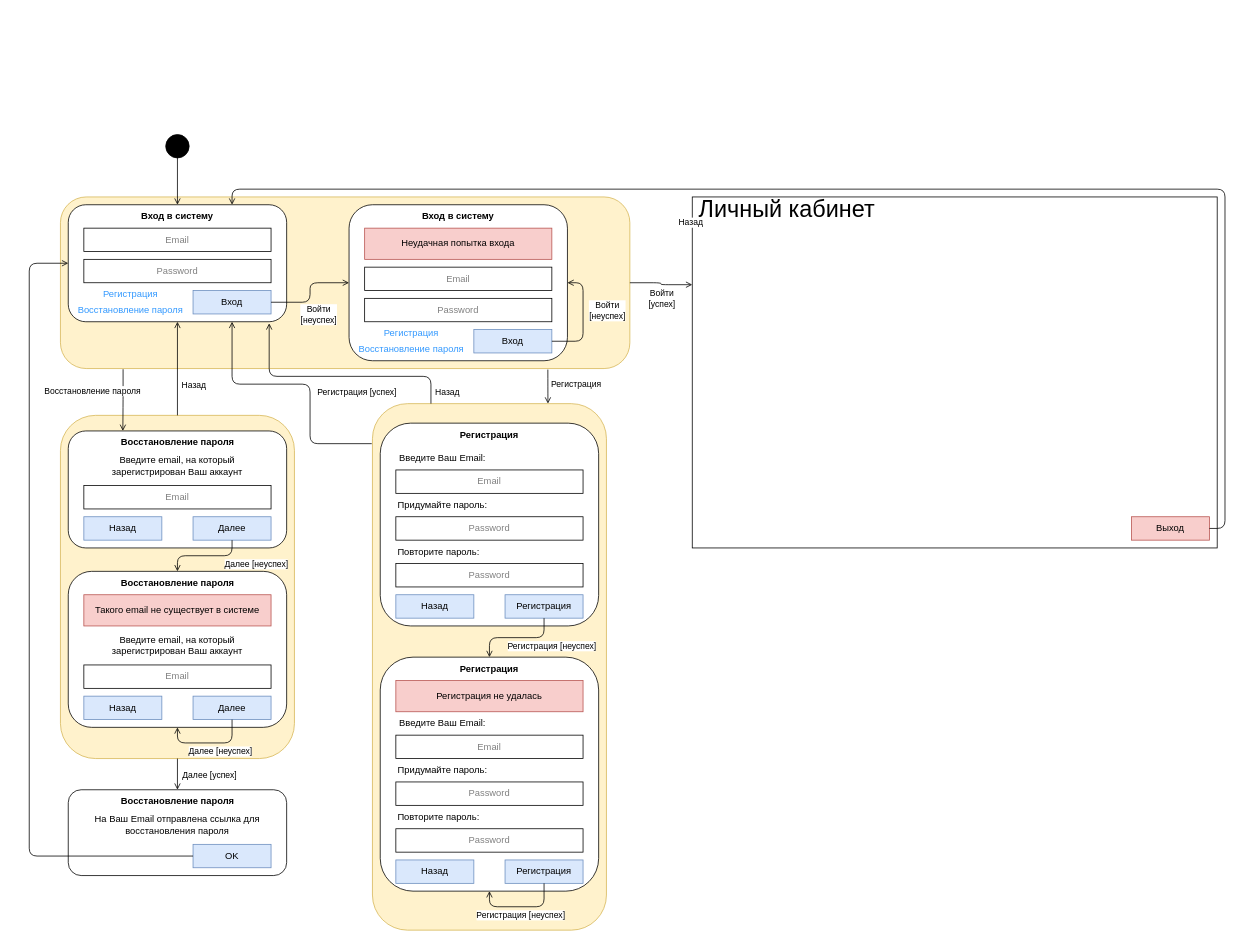
The draw.io diagram raw/gui.drawio in aVorotnikov/micro_design, before the edit. Source tidied: cells renumbered, new cells numbered last; positions are measured from the earlier drawing's top-left corner, leaving out a move shared by most shapes. Both pictures are drawn from the tidied source at 78%, with x=0, y=0 at pixel (29, 134).
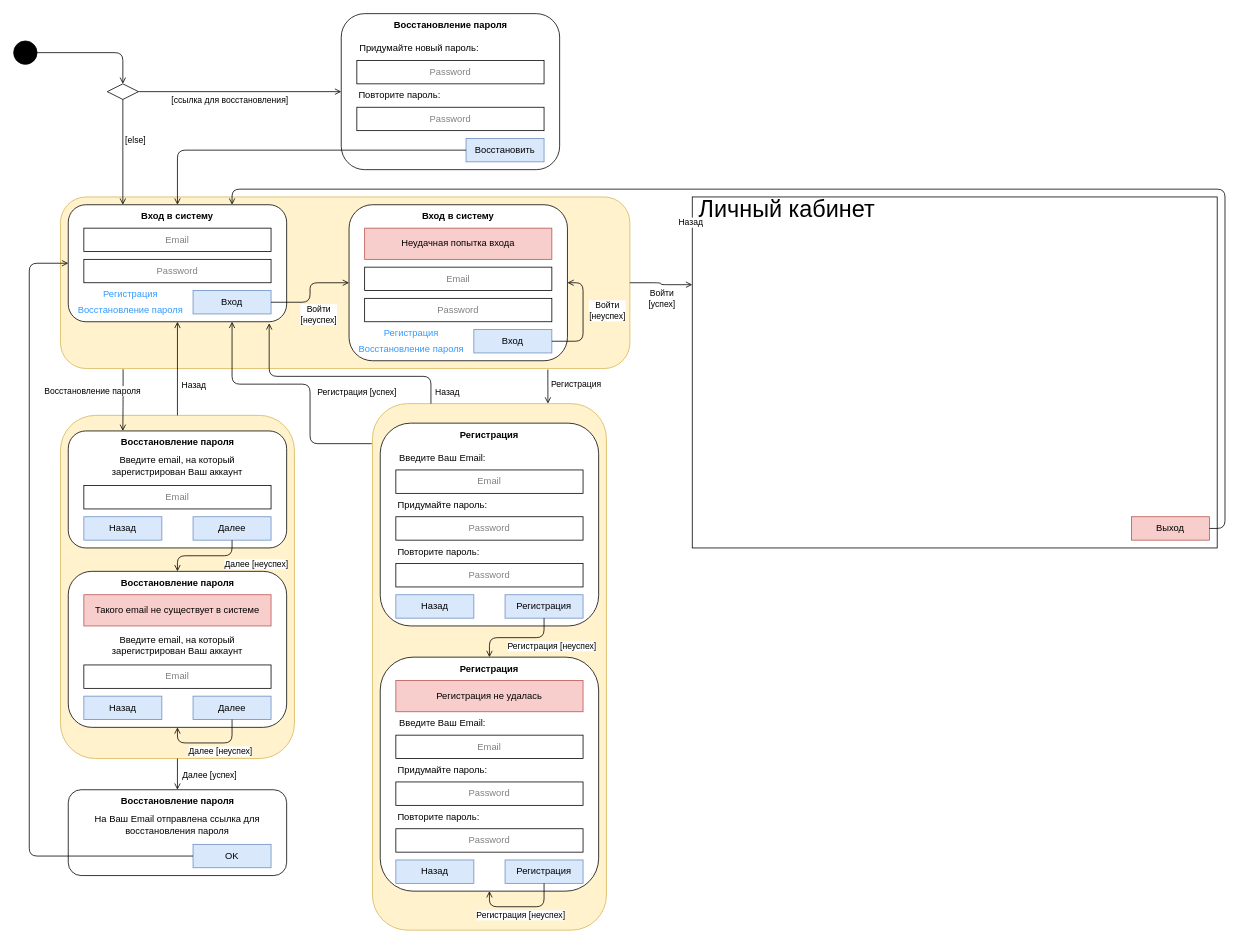
Above is the later version.

Commit message (it also covers changes not shown here):
Добавлен сценария восстановления пароля

Unchanged cells that the change refers to:
```xml
<mxCell id="5" style="rounded=1;whiteSpace=wrap;html=1;" parent="1" vertex="1">
  <mxGeometry x="50" y="90" width="280" height="150" as="geometry" />
</mxCell>
<mxCell id="6" value="&lt;b&gt;Вход в систему&lt;/b&gt;" style="text;html=1;strokeColor=none;fillColor=none;align=center;verticalAlign=middle;whiteSpace=wrap;rounded=0;" parent="1" vertex="1">
  <mxGeometry x="135" y="90" width="110" height="30" as="geometry" />
</mxCell>
```

Change to the diagram source:
```diff
@@
-    <mxCell id="59" style="edgeStyle=orthogonalEdgeStyle;rounded=1;jettySize=auto;html=1;entryX=0.5;entryY=0;entryDx=0;entryDy=0;endArrow=open;endFill=0;curved=0;" parent="1" edge="1" source="60" target="6">
+    <mxCell id="59" style="edgeStyle=orthogonalEdgeStyle;rounded=1;jettySize=auto;html=1;endArrow=open;endFill=0;curved=0;entryX=0.5;entryY=0;entryDx=0;entryDy=0;" parent="1" edge="1" source="60" target="92">
       <mxGeometry relative="1" as="geometry" />
     </mxCell>
     <mxCell id="60" style="ellipse;fillColor=strokeColor;html=1;" parent="1" vertex="1">
-      <mxGeometry x="175" width="30" height="30" as="geometry" />
+      <mxGeometry x="-20" y="-120" width="30" height="30" as="geometry" />
     </mxCell>
@@
+    <mxCell id="92" style="rhombus;whiteSpace=wrap;html=1;" parent="1" vertex="1">
+      <mxGeometry x="100" y="-65" width="40" height="20" as="geometry" />
+    </mxCell>
+    <mxCell id="93" style="edgeStyle=orthogonalEdgeStyle;rounded=1;jettySize=auto;html=1;endArrow=open;endFill=0;curved=0;entryX=0.25;entryY=0;entryDx=0;entryDy=0;exitX=0.5;exitY=1;exitDx=0;exitDy=0;" parent="1" edge="1" source="92" target="5">
+      <mxGeometry relative="1" as="geometry" />
+    </mxCell>
+    <mxCell id="94" value="[else]" style="edgeLabel;html=1;align=center;verticalAlign=middle;" parent="93" vertex="1">
+      <mxGeometry x="-0.25" relative="1" as="geometry">
+        <mxPoint x="15" as="offset" />
+      </mxGeometry>
+    </mxCell>
+    <mxCell id="95" style="edgeStyle=orthogonalEdgeStyle;rounded=1;jettySize=auto;html=1;endArrow=open;endFill=0;curved=0;exitX=1;exitY=0.5;exitDx=0;exitDy=0;entryX=0;entryY=0.5;entryDx=0;entryDy=0;" parent="1" edge="1" source="92" target="97">
+      <mxGeometry relative="1" as="geometry" />
+    </mxCell>
+    <mxCell id="96" value="[ссылка для восстановления]" style="edgeLabel;html=1;align=center;verticalAlign=middle;" parent="95" vertex="1">
+      <mxGeometry x="-0.25" relative="1" as="geometry">
+        <mxPoint x="18" y="10" as="offset" />
+      </mxGeometry>
+    </mxCell>
+    <mxCell id="97" style="rounded=1;whiteSpace=wrap;html=1;" parent="1" vertex="1">
+      <mxGeometry x="400" y="-155" width="280" height="200" as="geometry" />
+    </mxCell>
+    <mxCell id="98" value="&lt;b&gt;Восстановление пароля&lt;/b&gt;" style="text;html=1;strokeColor=none;fillColor=none;align=center;verticalAlign=middle;whiteSpace=wrap;rounded=0;" parent="1" vertex="1">
+      <mxGeometry x="462.5" y="-155" width="155" height="30" as="geometry" />
+    </mxCell>
+    <mxCell id="99" value="Password" style="rounded=0;whiteSpace=wrap;html=1;fontColor=#808080;" parent="1" vertex="1">
+      <mxGeometry x="420" y="-95" width="240" height="30" as="geometry" />
+    </mxCell>
+    <mxCell id="100" value="Восстановить" style="rounded=0;whiteSpace=wrap;html=1;fillColor=#dae8fc;strokeColor=#6c8ebf;" parent="1" vertex="1">
+      <mxGeometry x="560" y="5" width="100" height="30" as="geometry" />
+    </mxCell>
+    <mxCell id="101" value="Придумайте новый пароль:" style="text;html=1;strokeColor=none;fillColor=none;align=center;verticalAlign=middle;whiteSpace=wrap;rounded=0;" parent="1" vertex="1">
+      <mxGeometry x="420" y="-125" width="160" height="30" as="geometry" />
+    </mxCell>
+    <mxCell id="102" value="Повторите пароль:" style="text;html=1;strokeColor=none;fillColor=none;align=center;verticalAlign=middle;whiteSpace=wrap;rounded=0;" parent="1" vertex="1">
+      <mxGeometry x="420" y="-65" width="110" height="30" as="geometry" />
+    </mxCell>
+    <mxCell id="103" value="Password" style="rounded=0;whiteSpace=wrap;html=1;fontColor=#808080;" parent="1" vertex="1">
+      <mxGeometry x="420" y="-35" width="240" height="30" as="geometry" />
+    </mxCell>
+    <mxCell id="104" style="edgeStyle=orthogonalEdgeStyle;rounded=1;jettySize=auto;html=1;endArrow=open;endFill=0;curved=0;entryX=0.5;entryY=0;entryDx=0;entryDy=0;exitX=0;exitY=0.5;exitDx=0;exitDy=0;" parent="1" edge="1" source="100" target="6">
+      <mxGeometry relative="1" as="geometry" />
+    </mxCell>
```
